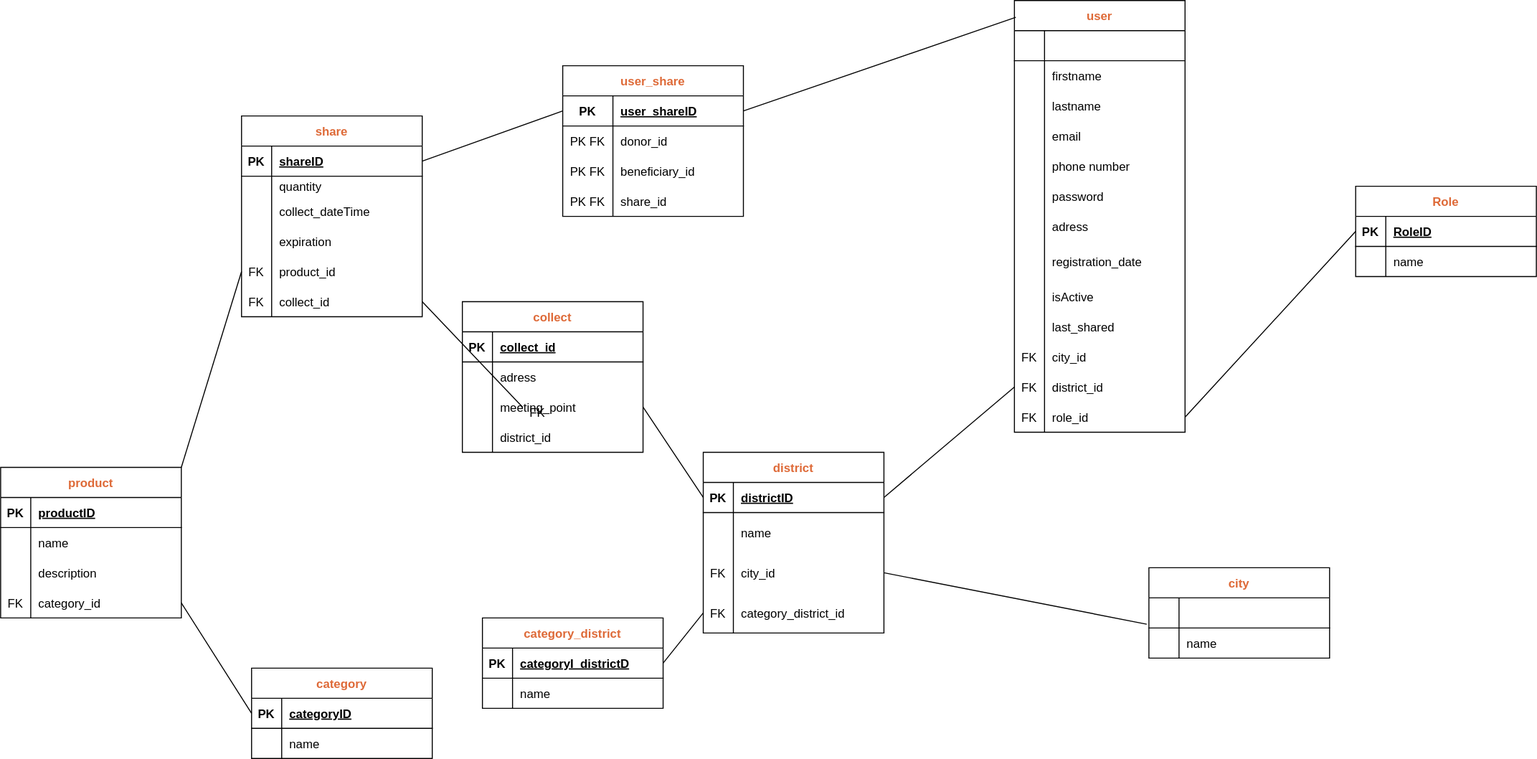
Above: code/server/Merise_VAG/MLD/vag.drawio.svg in Mandine42/vag (draw.io), before the change. Source tidied: cells renumbered, new cells last; positions are measured from the earlier drawing's top-left corner, leaving out a move shared by most shapes.
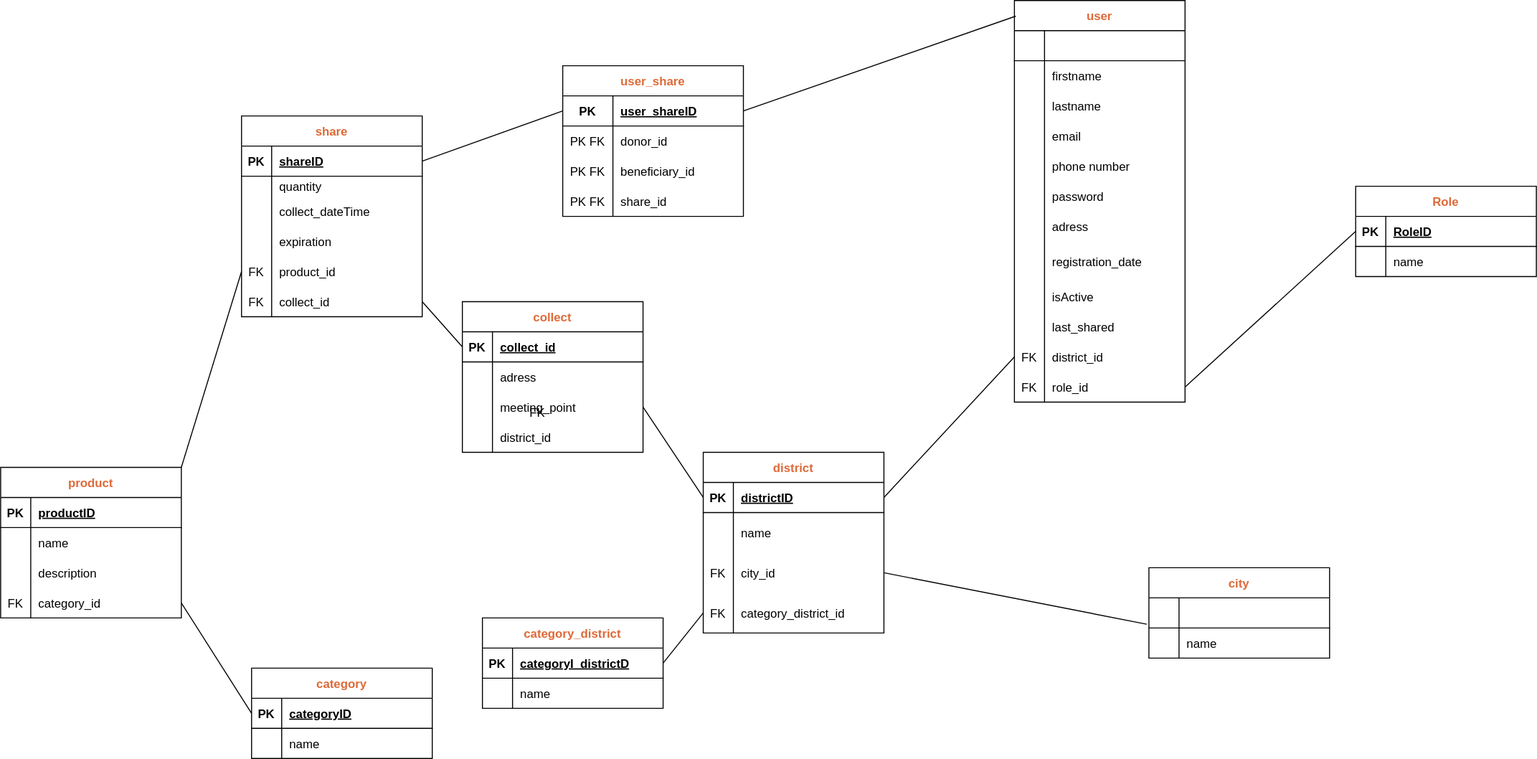
After the commit.

Diff of the diagram source:
```diff
@@ -3,7 +3,7 @@
     <mxCell id="0" />
     <mxCell id="1" parent="0" />
     <mxCell id="2" value="user" style="shape=table;startSize=30;rowLines=0;fontStyle=1;align=center;fontColor=#DE6A38;" parent="1" vertex="1">
-      <mxGeometry x="1010" width="170" height="430" as="geometry" />
+      <mxGeometry x="1010" width="170" height="400" as="geometry" />
     </mxCell>
     <mxCell id="3" style="shape=tableRow;horizontal=0;startSize=0;swimlaneHead=0;swimlaneBody=0;fillColor=none;top=0;left=0;right=0;bottom=1;fontColor=#256468;" parent="2" vertex="1">
       <mxGeometry y="30" width="170" height="30" as="geometry" />
@@ -95,17 +95,8 @@
     <mxCell id="32" value="last_shared" style="shape=partialRectangle;fillColor=none;top=0;left=0;bottom=0;right=0;align=left;spacingLeft=6;overflow=hidden;" parent="30" vertex="1">
       <mxGeometry x="30" width="140" height="30" as="geometry" />
     </mxCell>
-    <mxCell id="33" style="shape=tableRow;horizontal=0;startSize=0;swimlaneHead=0;swimlaneBody=0;fillColor=none;top=0;left=0;right=0;bottom=0;" parent="2" vertex="1">
-      <mxGeometry y="340" width="170" height="30" as="geometry" />
-    </mxCell>
-    <mxCell id="34" value="FK" style="shape=partialRectangle;fillColor=none;top=0;left=0;bottom=0;right=0;overflow=hidden;" parent="33" vertex="1">
-      <mxGeometry width="30" height="30" as="geometry" />
-    </mxCell>
-    <mxCell id="35" value="city_id" style="shape=partialRectangle;fillColor=none;top=0;left=0;bottom=0;right=0;align=left;spacingLeft=6;overflow=hidden;" parent="33" vertex="1">
-      <mxGeometry x="30" width="140" height="30" as="geometry" />
-    </mxCell>
     <mxCell id="36" style="shape=tableRow;horizontal=0;startSize=0;swimlaneHead=0;swimlaneBody=0;fillColor=none;points=[[0,0.5],[1,0.5]];portConstraint=eastwest;top=0;left=0;right=0;bottom=0;" parent="2" vertex="1">
-      <mxGeometry y="370" width="170" height="30" as="geometry" />
+      <mxGeometry y="340" width="170" height="30" as="geometry" />
     </mxCell>
     <mxCell id="37" value="FK" style="shape=partialRectangle;fillColor=none;top=0;left=0;bottom=0;right=0;overflow=hidden;" parent="36" vertex="1">
       <mxGeometry width="30" height="30" as="geometry" />
@@ -114,7 +105,7 @@
       <mxGeometry x="30" width="140" height="30" as="geometry" />
     </mxCell>
     <mxCell id="39" style="shape=tableRow;horizontal=0;startSize=0;swimlaneHead=0;swimlaneBody=0;fillColor=none;points=[[0,0.5],[1,0.5]];portConstraint=eastwest;top=0;left=0;right=0;bottom=0;" parent="2" vertex="1">
-      <mxGeometry y="400" width="170" height="30" as="geometry" />
+      <mxGeometry y="370" width="170" height="30" as="geometry" />
     </mxCell>
     <mxCell id="40" value="FK" style="shape=partialRectangle;fillColor=none;top=0;left=0;bottom=0;right=0;overflow=hidden;" parent="39" vertex="1">
       <mxGeometry width="30" height="30" as="geometry" />
@@ -424,10 +415,8 @@
     <mxCell id="141" style="endArrow=none;html=1;rounded=0;fontColor=#DE6A38;exitX=1;exitY=0.5;exitDx=0;exitDy=0;entryX=0;entryY=0.5;entryDx=0;entryDy=0;" parent="1" edge="1" source="135" target="50">
       <mxGeometry relative="1" as="geometry" />
     </mxCell>
-    <mxCell id="142" style="endArrow=none;html=1;rounded=0;fontColor=#DE6A38;exitX=1;exitY=0.5;exitDx=0;exitDy=0;" parent="1" edge="1" source="80">
-      <mxGeometry relative="1" as="geometry">
-        <mxPoint x="520" y="405" as="targetPoint" />
-      </mxGeometry>
+    <mxCell id="142" style="endArrow=none;html=1;rounded=0;fontColor=#DE6A38;exitX=1;exitY=0.5;exitDx=0;exitDy=0;entryX=0;entryY=0.5;entryDx=0;entryDy=0;" parent="1" edge="1" source="80" target="129">
+      <mxGeometry relative="1" as="geometry" />
     </mxCell>
     <mxCell id="143" value="FK" style="shape=partialRectangle;fillColor=none;top=0;left=0;bottom=0;right=0;overflow=hidden;" parent="1" vertex="1">
       <mxGeometry x="520" y="395" width="30" height="30" as="geometry" />
```
